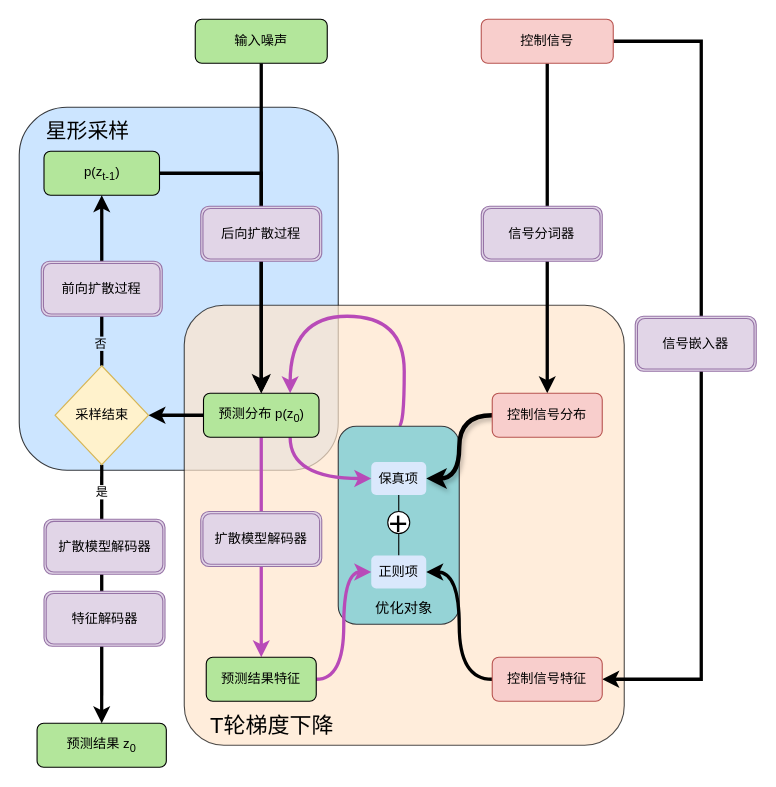
Before: page "Page-1 的副本" (2 of 2) of 未命名绘图.drawio in DJ-Won/PRC, a draw.io diagram. Source tidied: cells renumbered, new cells numbered last; positions are measured from the earlier drawing's top-left corner, leaving out a move shared by most shapes. Both pictures are drawn from the tidied source at 110%, with x=0, y=0 at pixel (19, 19).
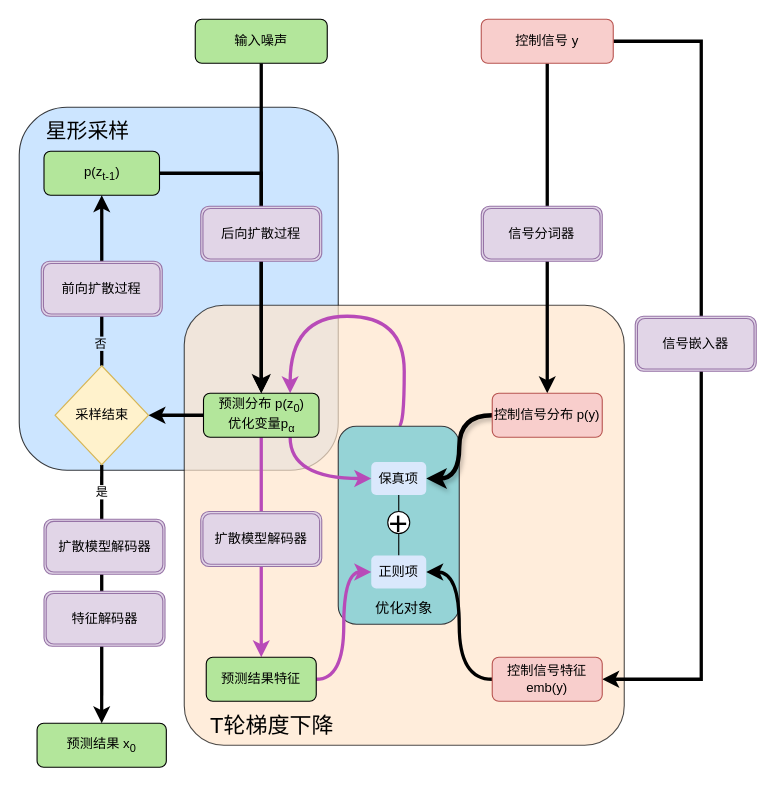
The same page after the edit.

Commit message:
更新未命名绘图.drawio

The edit, as a diff of the source:
```diff
@@
-    <mxCell id="8" value="控制信号" style="rounded=1;whiteSpace=wrap;html=1;fontSize=12;glass=0;strokeWidth=1;shadow=0;fillColor=#F8CECC;strokeColor=#B85450;" parent="1" vertex="1">
+    <mxCell id="8" value="控制信号 y" style="rounded=1;whiteSpace=wrap;html=1;fontSize=12;glass=0;strokeWidth=1;shadow=0;fillColor=#F8CECC;strokeColor=#B85450;" parent="1" vertex="1">
       <mxGeometry x="420" width="120" height="40" as="geometry" />
     </mxCell>
@@
-    <mxCell id="13" value="预测分布 p(z&lt;sub&gt;0&lt;/sub&gt;)" style="rounded=1;whiteSpace=wrap;html=1;fontSize=12;glass=0;strokeWidth=1;shadow=0;fillColor=#B3E69B;direction=south;strokeColor=default;" parent="1" vertex="1">
+    <mxCell id="13" value="预测分布 p(z&lt;sub&gt;0&lt;/sub&gt;)&lt;div&gt;优化变量p&lt;sub&gt;α&lt;/sub&gt;&lt;/div&gt;" style="rounded=1;whiteSpace=wrap;html=1;fontSize=12;glass=0;strokeWidth=1;shadow=0;fillColor=#B3E69B;direction=south;strokeColor=default;" parent="1" vertex="1">
       <mxGeometry x="167.5" y="340" width="105" height="40" as="geometry" />
     </mxCell>
@@
-    <mxCell id="17" value="&lt;div&gt;&lt;span style=&quot;background-color: transparent; color: light-dark(rgb(0, 0, 0), rgb(255, 255, 255));&quot;&gt;控制信号特征&lt;/span&gt;&lt;/div&gt;" style="rounded=1;whiteSpace=wrap;html=1;fontSize=12;glass=0;strokeWidth=1;shadow=0;fillColor=#f8cecc;strokeColor=#B85450;" parent="1" vertex="1">
+    <mxCell id="17" value="&lt;div&gt;&lt;span style=&quot;background-color: transparent; color: light-dark(rgb(0, 0, 0), rgb(255, 255, 255));&quot;&gt;控制信号特征 emb(y)&lt;/span&gt;&lt;/div&gt;" style="rounded=1;whiteSpace=wrap;html=1;fontSize=12;glass=0;strokeWidth=1;shadow=0;fillColor=#f8cecc;strokeColor=#B85450;" parent="1" vertex="1">
       <mxGeometry x="430" y="580" width="100" height="40" as="geometry" />
     </mxCell>
@@
-    <mxCell id="19" value="控制信号分布" style="rounded=1;whiteSpace=wrap;html=1;fontSize=12;glass=0;strokeWidth=1;shadow=0;fillColor=#f8cecc;strokeColor=#B85450;" parent="1" vertex="1">
+    <mxCell id="19" value="控制信号分布 p(y)" style="rounded=1;whiteSpace=wrap;html=1;fontSize=12;glass=0;strokeWidth=1;shadow=0;fillColor=#f8cecc;strokeColor=#B85450;" parent="1" vertex="1">
       <mxGeometry x="430" y="340" width="100" height="40" as="geometry" />
     </mxCell>
@@
-    <mxCell id="42" value="预测结果 z&lt;sub&gt;0&lt;/sub&gt;" style="rounded=1;whiteSpace=wrap;html=1;fontSize=12;glass=0;strokeWidth=1;shadow=0;fillColor=#B3E69B;direction=south;strokeColor=default;" parent="1" vertex="1">
+    <mxCell id="42" value="预测结果 x&lt;sub&gt;0&lt;/sub&gt;" style="rounded=1;whiteSpace=wrap;html=1;fontSize=12;glass=0;strokeWidth=1;shadow=0;fillColor=#B3E69B;direction=south;strokeColor=default;" parent="1" vertex="1">
       <mxGeometry x="16.2" y="640" width="117.5" height="40" as="geometry" />
     </mxCell>
```
